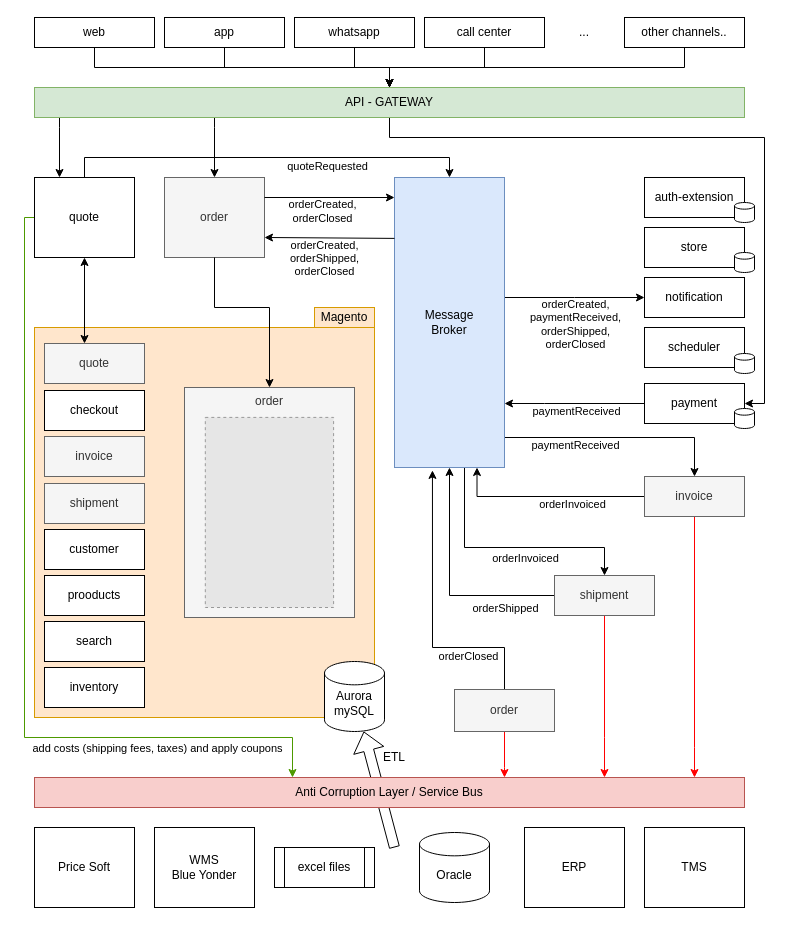
This is Untitled Diagram.drawio from wanderleisouza/HtmlCSS, a draw.io file, before an edit. Source tidied: cells renumbered, new cells numbered last; positions are measured from the earlier drawing's top-left corner, leaving out a move shared by most shapes. Both pictures are drawn from the tidied source at 100%, with x=0, y=0 at pixel (24, 17). Pictures stored in the file or linked from it are replaced by grey dashed boxes.
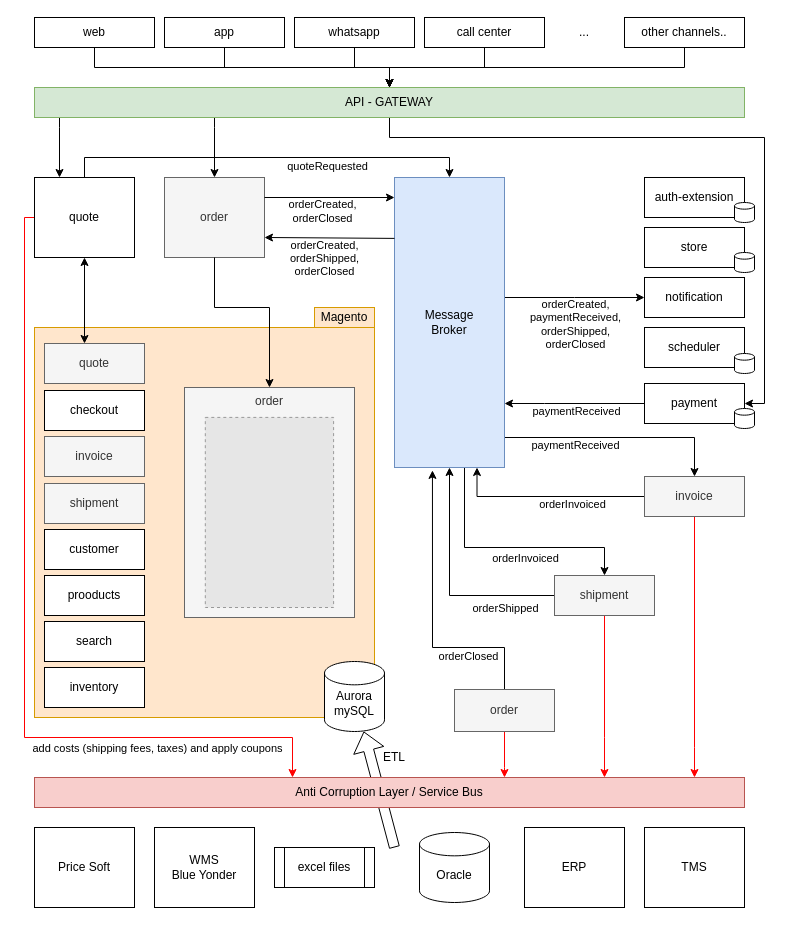
After the change.

The change refers to these unchanged cells:
```xml
<mxCell id="50" value="quote" style="rounded=0;whiteSpace=wrap;html=1;strokeWidth=1;" parent="1" vertex="1">
  <mxGeometry x="10" y="160" width="100" height="80" as="geometry" />
</mxCell>
<mxCell id="51" value="Anti Corruption Layer / Service Bus" style="rounded=0;whiteSpace=wrap;html=1;fillColor=#f8cecc;strokeColor=#b85450;" parent="1" vertex="1">
  <mxGeometry x="10" y="760" width="710" height="30" as="geometry" />
</mxCell>
```

What changed in the source:
```diff
@@
-    <mxCell id="48" style="edgeStyle=orthogonalEdgeStyle;rounded=0;jettySize=auto;html=1;strokeColor=#4D9900;" parent="1" edge="1" source="50" target="51">
+    <mxCell id="48" style="edgeStyle=orthogonalEdgeStyle;rounded=0;jettySize=auto;html=1;fillColor=#f8cecc;strokeColor=#FF0000;" parent="1" edge="1" source="50" target="51">
       <mxGeometry relative="1" as="geometry">
         <Array as="points">
           <mxPoint y="200" />
           <mxPoint y="720" />
           <mxPoint x="268" y="720" />
         </Array>
       </mxGeometry>
     </mxCell>
```
